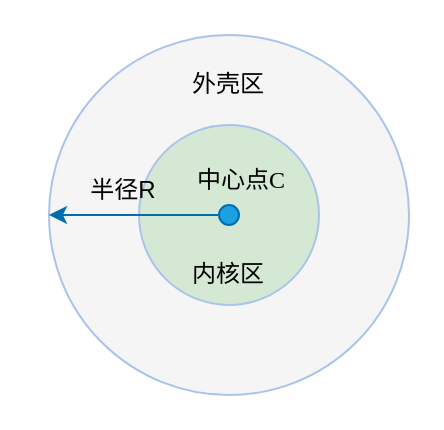
Earlier version of the draw.io diagram page "微簇" (1 of 3) of paper/ BOCEDS.drawio (qin8948050/diagram). Source tidied: cells renumbered, new cells numbered last; positions are measured from the earlier drawing's top-left corner, leaving out a move shared by most shapes. Both pictures are drawn from the tidied source at 200%, with x=0, y=0 at pixel (48, 34).
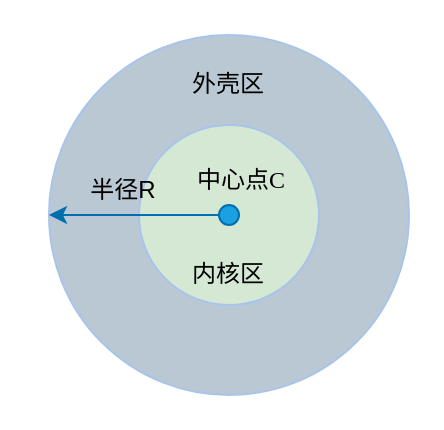
The same page after the edit.

Diff of the diagram source:
```diff
@@
 <mxGraphModel>
   <root>
     <mxCell id="0" />
     <mxCell id="1" parent="0" />
-    <mxCell id="2" style="ellipse;whiteSpace=wrap;html=1;strokeColor=#A9C4EB;fillColor=#f5f5f5;fontColor=#333333;" parent="1" vertex="1">
+    <mxCell id="2" style="ellipse;whiteSpace=wrap;html=1;strokeColor=#A9C4EB;fillColor=#bac8d3;" parent="1" vertex="1">
       <mxGeometry width="180" height="180" as="geometry" />
     </mxCell>
     <mxCell id="3" style="ellipse;whiteSpace=wrap;html=1;fillColor=#d5e8d4;strokeColor=#A9C4EB;" parent="1" vertex="1">
       <mxGeometry x="45" y="45" width="90" height="90" as="geometry" />
     </mxCell>
     <mxCell id="4" style="rounded=0;jettySize=auto;html=1;exitX=0;exitY=0.5;exitDx=0;exitDy=0;entryX=0;entryY=0.5;entryDx=0;entryDy=0;fillColor=#1ba1e2;strokeColor=#006EAF;" parent="1" edge="1" source="5" target="2">
       <mxGeometry relative="1" as="geometry" />
     </mxCell>
     <mxCell id="5" style="ellipse;whiteSpace=wrap;html=1;fillColor=#1ba1e2;strokeColor=#006EAF;fontColor=#ffffff;" parent="1" vertex="1">
       <mxGeometry x="85" y="85" width="10" height="10" as="geometry" />
     </mxCell>
     <mxCell id="6" value="&lt;font face=&quot;Times New Roman&quot;&gt;中心点C&lt;/font&gt;" style="text;html=1;strokeColor=none;fillColor=none;align=center;verticalAlign=middle;whiteSpace=wrap;rounded=0;" parent="1" vertex="1">
       <mxGeometry x="73" y="65" width="47" height="15" as="geometry" />
     </mxCell>
     <mxCell id="7" value="半径R" style="text;html=1;strokeColor=none;fillColor=none;align=center;verticalAlign=middle;whiteSpace=wrap;rounded=0;" parent="1" vertex="1">
       <mxGeometry x="14" y="65" width="47" height="25" as="geometry" />
     </mxCell>
     <mxCell id="8" value="内核区" style="text;html=1;strokeColor=none;fillColor=none;align=center;verticalAlign=middle;whiteSpace=wrap;rounded=0;" parent="1" vertex="1">
       <mxGeometry x="60" y="105" width="60" height="30" as="geometry" />
     </mxCell>
     <mxCell id="9" value="外壳区" style="text;html=1;strokeColor=none;fillColor=none;align=center;verticalAlign=middle;whiteSpace=wrap;rounded=0;" parent="1" vertex="1">
       <mxGeometry x="60" y="10" width="60" height="30" as="geometry" />
     </mxCell>
   </root>
 </mxGraphModel>
```
